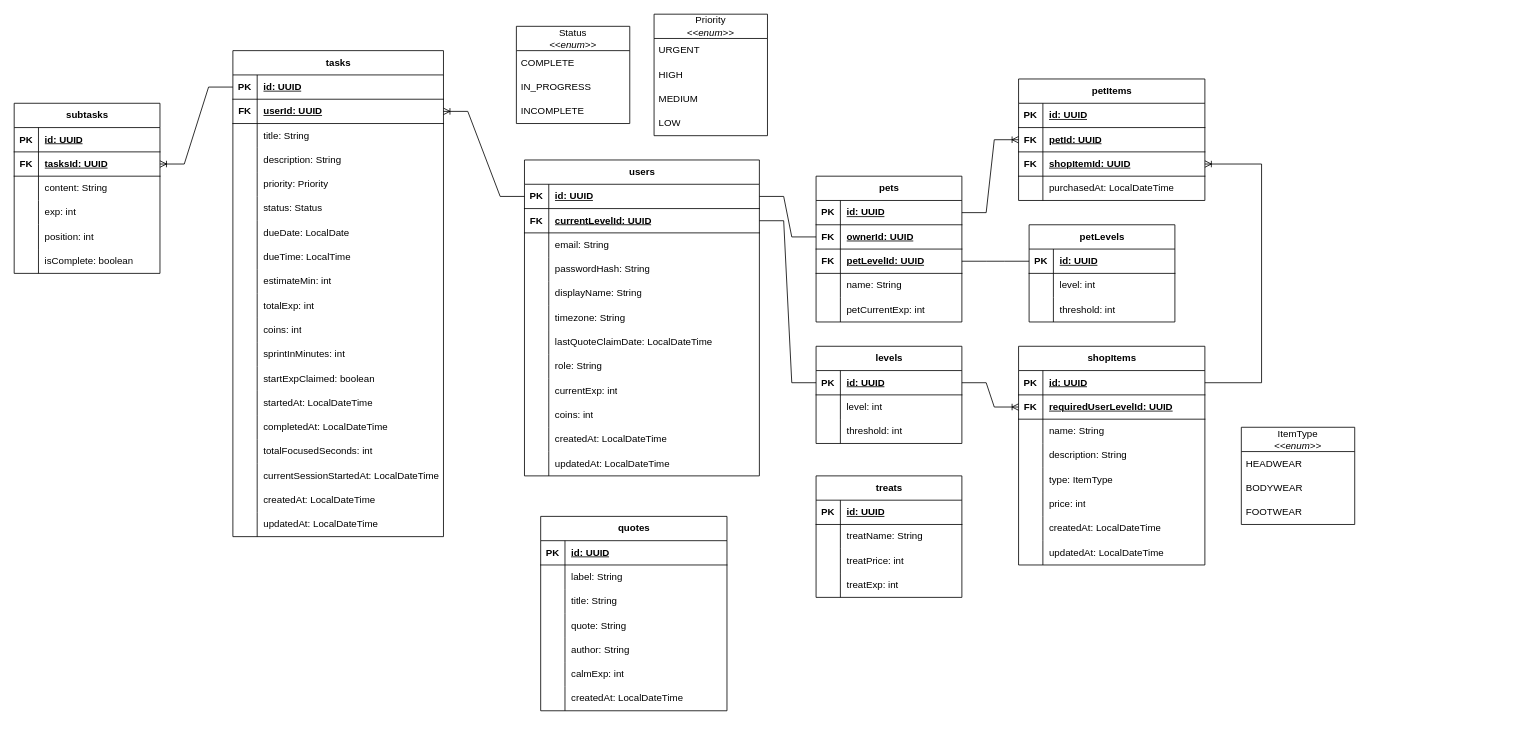
Before: CapyDo Entity Design.drawio in khoatrbl/productivity-app-backend, a draw.io diagram. Source tidied: cells renumbered, new cells numbered last; positions are measured from the earlier drawing's top-left corner, leaving out a move shared by most shapes. Both pictures are drawn from the tidied source at 81%, with x=0, y=0 at pixel (14, 14).
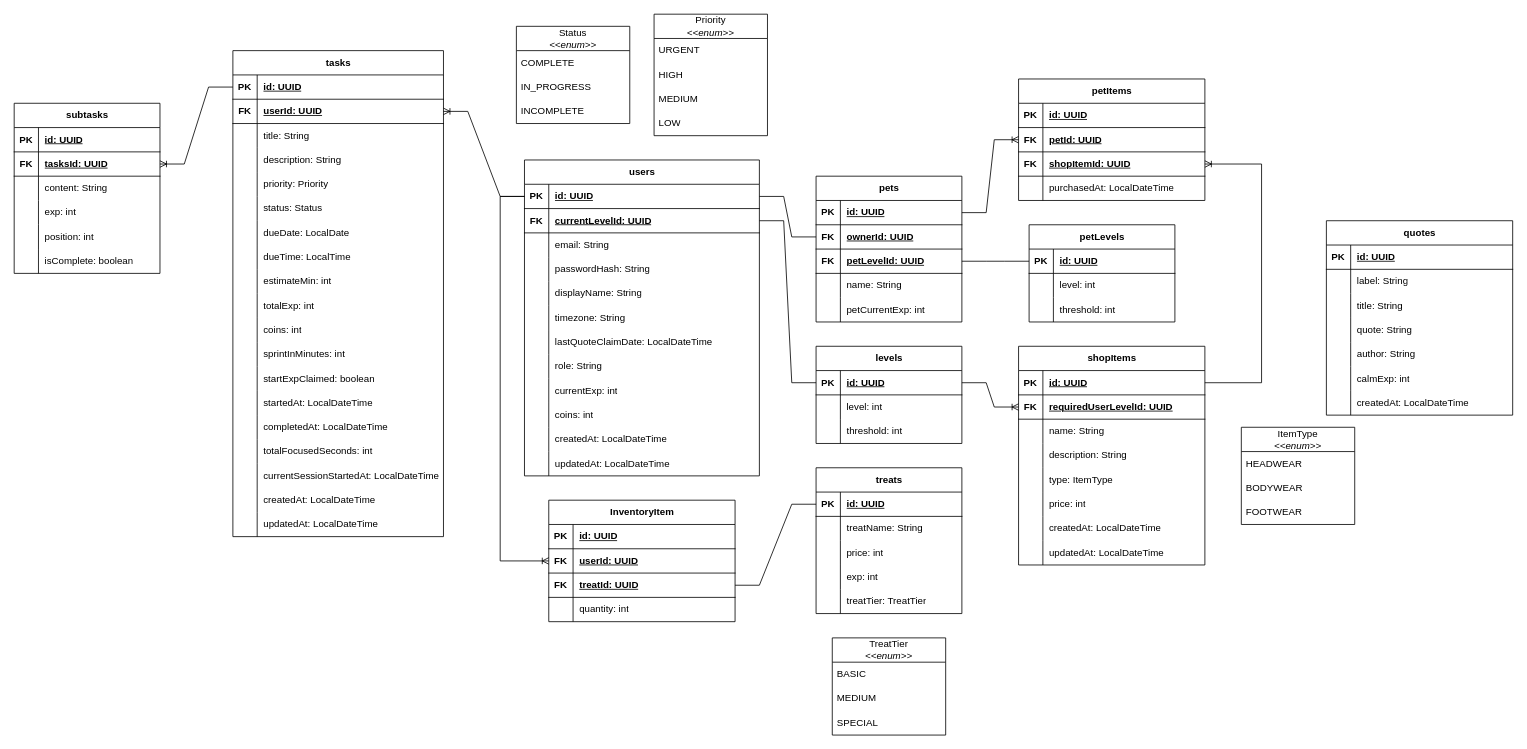
The same page after the edit.

The change refers to these unchanged cells:
```xml
<mxCell id="3" style="shape=tableRow;horizontal=0;startSize=0;swimlaneHead=0;swimlaneBody=0;fillColor=none;points=[[0,0.5],[1,0.5]];portConstraint=eastwest;top=0;left=0;right=0;bottom=1;" parent="2" vertex="1">
  <mxGeometry y="30" width="290" height="30" as="geometry" />
</mxCell>
<mxCell id="234" style="shape=tableRow;horizontal=0;startSize=0;swimlaneHead=0;swimlaneBody=0;fillColor=none;points=[[0,0.5],[1,0.5]];portConstraint=eastwest;top=0;left=0;right=0;bottom=1;" parent="233" vertex="1">
  <mxGeometry y="30" width="180" height="30" as="geometry" />
</mxCell>
<mxCell id="240" style="shape=tableRow;horizontal=0;startSize=0;swimlaneHead=0;swimlaneBody=0;fillColor=none;top=0;left=0;right=0;bottom=0;" parent="233" vertex="1">
  <mxGeometry y="90" width="180" height="30" as="geometry" />
</mxCell>
<mxCell id="243" style="shape=tableRow;horizontal=0;startSize=0;swimlaneHead=0;swimlaneBody=0;fillColor=none;top=0;left=0;right=0;bottom=0;" parent="233" vertex="1">
  <mxGeometry y="120" width="180" height="30" as="geometry" />
</mxCell>
```

The edit, as a diff of the source:
```diff
@@
     <mxCell id="135" value="quotes" style="shape=table;startSize=30;childLayout=tableLayout;rowLines=0;fontStyle=1;align=center;html=1;" parent="1" vertex="1">
-      <mxGeometry x="650" y="620" width="230" height="240" as="geometry" />
+      <mxGeometry x="1620" y="255" width="230" height="240" as="geometry" />
     </mxCell>
@@
     <mxCell id="233" value="treats" style="shape=table;startSize=30;childLayout=tableLayout;rowLines=0;fontStyle=1;align=center;html=1;" parent="1" vertex="1">
-      <mxGeometry x="990" y="570" width="180" height="150" as="geometry" />
+      <mxGeometry x="990" y="560" width="180" height="180" as="geometry" />
     </mxCell>
@@
-    <mxCell id="242" value="treatPrice: int" style="shape=partialRectangle;fillColor=none;top=0;left=0;bottom=0;right=0;align=left;spacingLeft=6;overflow=hidden;whiteSpace=wrap;html=1;" parent="240" vertex="1">
+    <mxCell id="242" value="price: int" style="shape=partialRectangle;fillColor=none;top=0;left=0;bottom=0;right=0;align=left;spacingLeft=6;overflow=hidden;whiteSpace=wrap;html=1;" parent="240" vertex="1">
       <mxGeometry x="30" width="150" height="30" as="geometry" />
     </mxCell>
@@
-    <mxCell id="245" value="treatExp: int" style="shape=partialRectangle;fillColor=none;top=0;left=0;bottom=0;right=0;align=left;spacingLeft=6;overflow=hidden;whiteSpace=wrap;html=1;" parent="243" vertex="1">
+    <mxCell id="245" value="exp&lt;span style=&quot;background-color: transparent; color: light-dark(rgb(0, 0, 0), rgb(255, 255, 255));&quot;&gt;: int&lt;/span&gt;" style="shape=partialRectangle;fillColor=none;top=0;left=0;bottom=0;right=0;align=left;spacingLeft=6;overflow=hidden;whiteSpace=wrap;html=1;" parent="243" vertex="1">
       <mxGeometry x="30" width="150" height="30" as="geometry" />
     </mxCell>
+    <mxCell id="246" style="shape=tableRow;horizontal=0;startSize=0;swimlaneHead=0;swimlaneBody=0;fillColor=none;top=0;left=0;right=0;bottom=0;" parent="233" vertex="1">
+      <mxGeometry y="150" width="180" height="30" as="geometry" />
+    </mxCell>
+    <mxCell id="247" style="shape=partialRectangle;fillColor=none;top=0;left=0;bottom=0;right=0;overflow=hidden;whiteSpace=wrap;html=1;" parent="246" vertex="1">
+      <mxGeometry width="30" height="30" as="geometry" />
+    </mxCell>
+    <mxCell id="248" value="treatTier: TreatTier" style="shape=partialRectangle;fillColor=none;top=0;left=0;bottom=0;right=0;align=left;spacingLeft=6;overflow=hidden;whiteSpace=wrap;html=1;" parent="246" vertex="1">
+      <mxGeometry x="30" width="150" height="30" as="geometry" />
+    </mxCell>
+    <mxCell id="249" value="TreatTier&lt;br&gt;&lt;div&gt;&lt;i&gt;&amp;lt;&amp;lt;enum&amp;gt;&amp;gt;&lt;/i&gt;&lt;/div&gt;" style="swimlane;fontStyle=0;horizontal=1;startSize=30;whiteSpace=wrap;html=1;" parent="1" vertex="1">
+      <mxGeometry x="1010" y="770" width="140" height="120" as="geometry" />
+    </mxCell>
+    <mxCell id="250" value="BASIC" style="text;strokeColor=none;fillColor=none;align=left;verticalAlign=middle;spacingLeft=4;spacingRight=4;overflow=hidden;whiteSpace=wrap;html=1;" parent="249" vertex="1">
+      <mxGeometry y="30" width="140" height="30" as="geometry" />
+    </mxCell>
+    <mxCell id="251" value="MEDIUM" style="text;strokeColor=none;fillColor=none;align=left;verticalAlign=middle;spacingLeft=4;spacingRight=4;overflow=hidden;whiteSpace=wrap;html=1;" parent="249" vertex="1">
+      <mxGeometry y="60" width="140" height="30" as="geometry" />
+    </mxCell>
+    <mxCell id="252" value="SPECIAL" style="text;strokeColor=none;fillColor=none;align=left;verticalAlign=middle;spacingLeft=4;spacingRight=4;overflow=hidden;whiteSpace=wrap;html=1;" parent="249" vertex="1">
+      <mxGeometry y="90" width="140" height="30" as="geometry" />
+    </mxCell>
+    <mxCell id="253" value="InventoryItem" style="shape=table;startSize=30;childLayout=tableLayout;rowLines=0;fontStyle=1;align=center;html=1;" parent="1" vertex="1">
+      <mxGeometry x="660" y="600" width="230" height="150" as="geometry" />
+    </mxCell>
+    <mxCell id="254" style="shape=tableRow;horizontal=0;startSize=0;swimlaneHead=0;swimlaneBody=0;fillColor=none;top=0;left=0;right=0;bottom=1;" parent="253" vertex="1">
+      <mxGeometry y="30" width="230" height="30" as="geometry" />
+    </mxCell>
+    <mxCell id="255" value="PK" style="shape=partialRectangle;fillColor=none;top=0;left=0;bottom=0;right=0;fontStyle=1;overflow=hidden;whiteSpace=wrap;html=1;" parent="254" vertex="1">
+      <mxGeometry width="30" height="30" as="geometry" />
+    </mxCell>
+    <mxCell id="256" value="id: UUID" style="shape=partialRectangle;fillColor=none;top=0;left=0;bottom=0;right=0;align=left;spacingLeft=6;fontStyle=5;overflow=hidden;whiteSpace=wrap;html=1;" parent="254" vertex="1">
+      <mxGeometry x="30" width="200" height="30" as="geometry" />
+    </mxCell>
+    <mxCell id="257" style="shape=tableRow;horizontal=0;startSize=0;swimlaneHead=0;swimlaneBody=0;fillColor=none;points=[[0,0.5],[1,0.5]];portConstraint=eastwest;top=0;left=0;right=0;bottom=1;" parent="253" vertex="1">
+      <mxGeometry y="60" width="230" height="30" as="geometry" />
+    </mxCell>
+    <mxCell id="258" value="FK" style="shape=partialRectangle;fillColor=none;top=0;left=0;bottom=0;right=0;fontStyle=1;overflow=hidden;whiteSpace=wrap;html=1;" parent="257" vertex="1">
+      <mxGeometry width="30" height="30" as="geometry" />
+    </mxCell>
+    <mxCell id="259" value="userId: UUID" style="shape=partialRectangle;fillColor=none;top=0;left=0;bottom=0;right=0;align=left;spacingLeft=6;fontStyle=5;overflow=hidden;whiteSpace=wrap;html=1;" parent="257" vertex="1">
+      <mxGeometry x="30" width="200" height="30" as="geometry" />
+    </mxCell>
+    <mxCell id="260" style="shape=tableRow;horizontal=0;startSize=0;swimlaneHead=0;swimlaneBody=0;fillColor=none;points=[[0,0.5],[1,0.5]];portConstraint=eastwest;top=0;left=0;right=0;bottom=1;" parent="253" vertex="1">
+      <mxGeometry y="90" width="230" height="30" as="geometry" />
+    </mxCell>
+    <mxCell id="261" value="FK" style="shape=partialRectangle;fillColor=none;top=0;left=0;bottom=0;right=0;fontStyle=1;overflow=hidden;whiteSpace=wrap;html=1;" parent="260" vertex="1">
+      <mxGeometry width="30" height="30" as="geometry" />
+    </mxCell>
+    <mxCell id="262" value="treatId: UUID" style="shape=partialRectangle;fillColor=none;top=0;left=0;bottom=0;right=0;align=left;spacingLeft=6;fontStyle=5;overflow=hidden;whiteSpace=wrap;html=1;" parent="260" vertex="1">
+      <mxGeometry x="30" width="200" height="30" as="geometry" />
+    </mxCell>
+    <mxCell id="263" style="shape=tableRow;horizontal=0;startSize=0;swimlaneHead=0;swimlaneBody=0;fillColor=none;top=0;left=0;right=0;bottom=0;" parent="253" vertex="1">
+      <mxGeometry y="120" width="230" height="30" as="geometry" />
+    </mxCell>
+    <mxCell id="264" style="shape=partialRectangle;fillColor=none;top=0;left=0;bottom=0;right=0;overflow=hidden;whiteSpace=wrap;html=1;" parent="263" vertex="1">
+      <mxGeometry width="30" height="30" as="geometry" />
+    </mxCell>
+    <mxCell id="265" value="quantity: int" style="shape=partialRectangle;fillColor=none;top=0;left=0;bottom=0;right=0;align=left;spacingLeft=6;overflow=hidden;whiteSpace=wrap;html=1;" parent="263" vertex="1">
+      <mxGeometry x="30" width="200" height="30" as="geometry" />
+    </mxCell>
+    <mxCell id="266" style="edgeStyle=entityRelationEdgeStyle;fontSize=12;html=1;endArrow=none;rounded=0;startArrow=none;startFill=0;endFill=0;entryX=0;entryY=0.5;entryDx=0;entryDy=0;exitX=1;exitY=0.5;exitDx=0;exitDy=0;" parent="1" edge="1" source="260" target="234">
+      <mxGeometry relative="1" as="geometry" />
+    </mxCell>
+    <mxCell id="267" style="edgeStyle=orthogonalEdgeStyle;fontSize=12;html=1;endArrow=ERoneToMany;rounded=0;entryX=0;entryY=0.5;entryDx=0;entryDy=0;exitX=0;exitY=0.5;exitDx=0;exitDy=0;" parent="1" edge="1" source="3" target="257">
+      <mxGeometry relative="1" as="geometry">
+        <Array as="points">
+          <mxPoint x="600" y="225" />
+          <mxPoint x="600" y="675" />
+        </Array>
+      </mxGeometry>
+    </mxCell>
```
